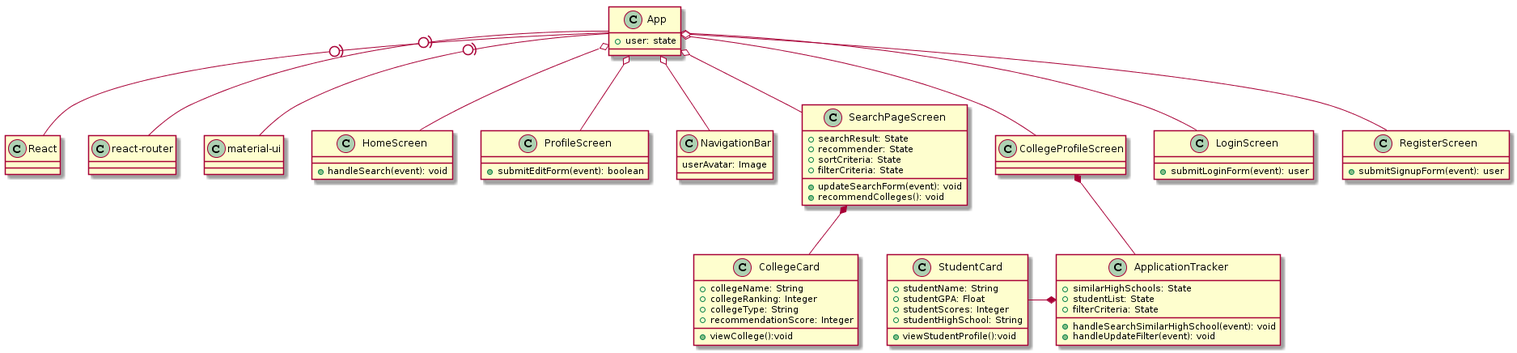
Before: design/fronend_class.png, a diagram exported from PlantUML (Omarfos/CSE416). The source it was exported from:
```plantuml
@startuml

class App{
    +user: state
}
class "React"{
}
App -(0- "React"
App -(0- "react-router"
App -(0- "material-ui"


class HomeScreen{
    +handleSearch(event): void
}

class ProfileScreen{
    +submitEditForm(event): boolean
}

class NavigationBar{
    userAvatar: Image
}

App o-- NavigationBar

class SearchPageScreen{
    +searchResult: State
    +recommender: State
    +sortCriteria: State
    +filterCriteria: State
    +updateSearchForm(event): void
    +recommendColleges(): void
}

class CollegeCard{
    +collegeName: String
    +collegeRanking: Integer
    +collegeType: String
    +recommendationScore: Integer
    +viewCollege():void
}
SearchPageScreen*--CollegeCard

class CollegeProfileScreen{
}

class ApplicationTracker{
    +similarHighSchools: State
    +studentList: State
    +filterCriteria: State
    +handleSearchSimilarHighSchool(event): void
    +handleUpdateFilter(event): void
}
class StudentCard{
    +studentName: String
    +studentGPA: Float
    +studentScores: Integer
    +studentHighSchool: String
    +viewStudentProfile():void
}
StudentCard -* ApplicationTracker
CollegeProfileScreen *-- ApplicationTracker

class LoginScreen{
    +submitLoginForm(event): user
}

class RegisterScreen{
    +submitSignupForm(event): user
}


App o-- HomeScreen
App o-- ProfileScreen
App o-- SearchPageScreen
App o-- CollegeProfileScreen
App o-- LoginScreen
App o-- RegisterScreen
@enduml
```
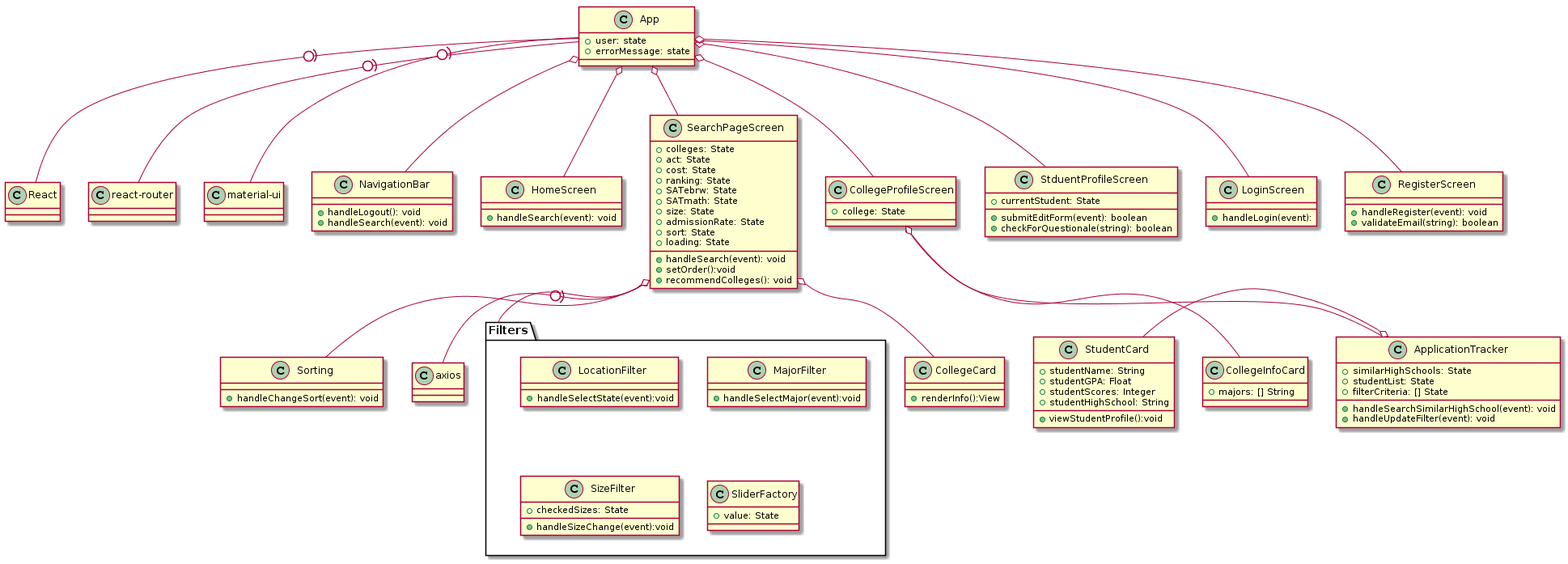
Above is the later version.

Commit message:
Modified file names. Updated UML diagrams. (Component, Frontend Class Dia)

Change to the diagram source:
```diff
@@ -2,6 +2,7 @@
 
 class App{
     +user: state
+    +errorMessage: state
 }
 class "React"{
 }
@@ -10,48 +11,79 @@
 App -(0- "material-ui"
 
 
+class NavigationBar{
+    +handleLogout(): void
+    +handleSearch(event): void
+}
+
 class HomeScreen{
     +handleSearch(event): void
 }
 
-class ProfileScreen{
-    +submitEditForm(event): boolean
-}
-
-class NavigationBar{
-    userAvatar: Image
-}
-
-App o-- NavigationBar
-
 class SearchPageScreen{
-    +searchResult: State
-    +recommender: State
-    +sortCriteria: State
-    +filterCriteria: State
-    +updateSearchForm(event): void
+    +colleges: State
+    +act: State
+    +cost: State
+    +ranking: State
+    +SATebrw: State
+    +SATmath: State
+    +size: State
+    +admissionRate: State
+    +sort: State
+    +loading: State
+    +handleSearch(event): void
+    +setOrder():void
     +recommendColleges(): void
 }
 
 class CollegeCard{
-    +collegeName: String
-    +collegeRanking: Integer
-    +collegeType: String
-    +recommendationScore: Integer
-    +viewCollege():void
+    +renderInfo():View
 }
-SearchPageScreen*--CollegeCard
+class Sorting{
+    +handleChangeSort(event): void
+}
+
+package Filters{
+    class LocationFilter{
+        +handleSelectState(event):void
+    }
+    class MajorFilter{
+        +handleSelectMajor(event):void
+    }
+    class SizeFilter{
+        +checkedSizes: State
+        +handleSizeChange(event):void
+    }
+    class SliderFactory{
+        +value: State
+    }
+}
+
+SearchPageScreen -(0- "axios"
+SearchPageScreen o-- CollegeCard
+SearchPageScreen o-- Sorting
+SearchPageScreen o-- Filters
+
 
 class CollegeProfileScreen{
+    +college: State
+}
+
+class CollegeInfoCard{
+    +majors: [] String
 }
 
 class ApplicationTracker{
     +similarHighSchools: State
     +studentList: State
-    +filterCriteria: State
+    +filterCriteria: [] State
     +handleSearchSimilarHighSchool(event): void
     +handleUpdateFilter(event): void
 }
+
+CollegeProfileScreen o-- ApplicationTracker
+CollegeProfileScreen o-- CollegeInfoCard
+
 class StudentCard{
     +studentName: String
     +studentGPA: Float
@@ -59,20 +91,28 @@
     +studentHighSchool: String
     +viewStudentProfile():void
 }
-StudentCard -* ApplicationTracker
-CollegeProfileScreen *-- ApplicationTracker
+
+StudentCard -o ApplicationTracker
+
+
+class StduentProfileScreen{
+    +currentStudent: State
+    +submitEditForm(event): boolean
+    +checkForQuestionale(string): boolean
+}
 
 class LoginScreen{
-    +submitLoginForm(event): user
+    +handleLogin(event):
 }
 
 class RegisterScreen{
-    +submitSignupForm(event): user
+    +handleRegister(event): void
+    +validateEmail(string): boolean
 }
 
-
+App o-- NavigationBar
 App o-- HomeScreen
-App o-- ProfileScreen
+App o-- StduentProfileScreen
 App o-- SearchPageScreen
 App o-- CollegeProfileScreen
 App o-- LoginScreen
```
